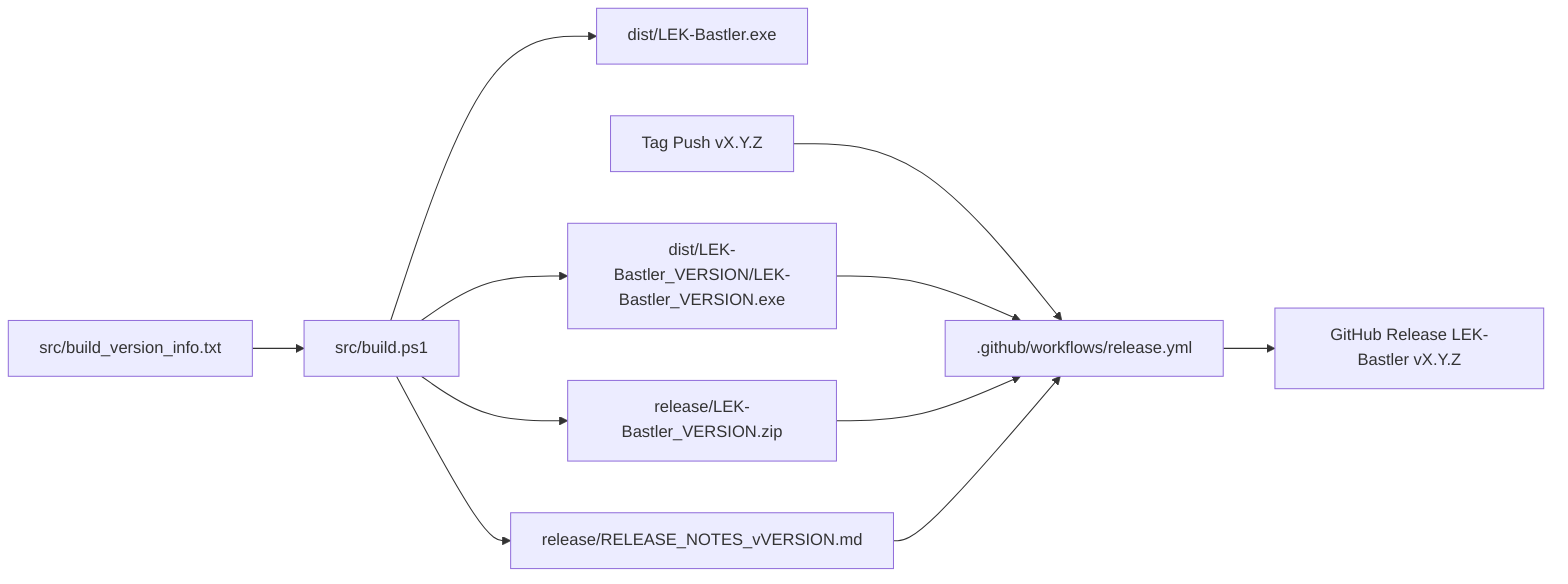
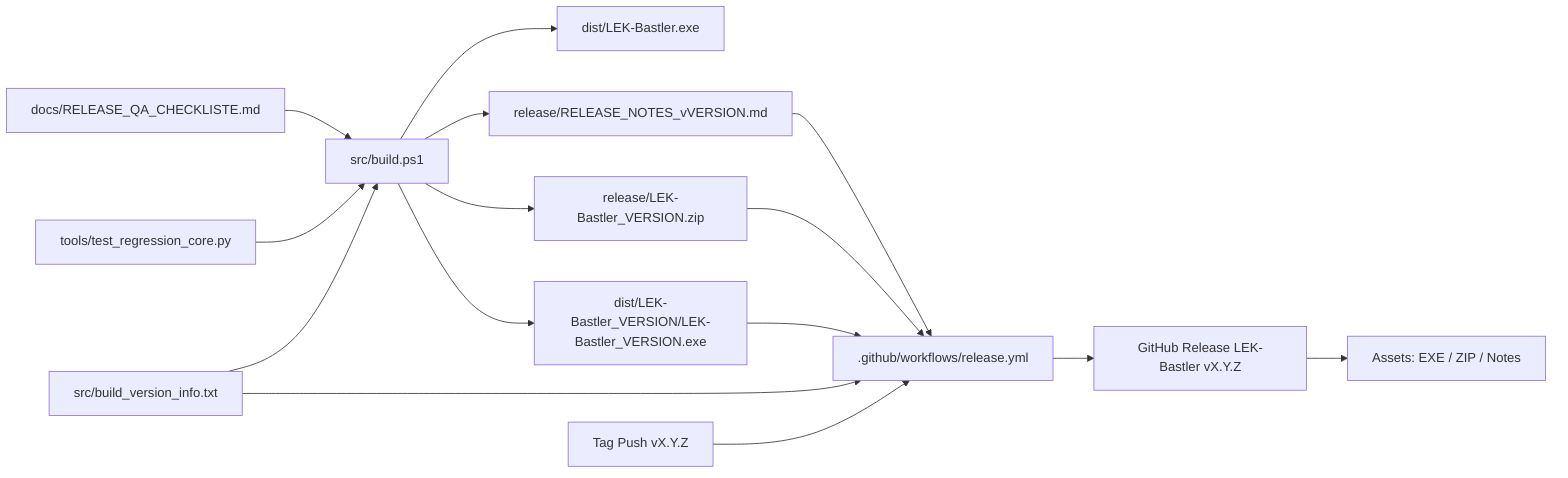
flowchart LR
    A[src/build_version_info.txt] --> B[src/build.ps1]
    B --> C[dist/LEK-Bastler.exe]
    B --> D[dist/LEK-Bastler_VERSION/LEK-Bastler_VERSION.exe]
    B --> E[release/LEK-Bastler_VERSION.zip]
    B --> F[release/RELEASE_NOTES_vVERSION.md]
+ 
+     Q[tools/test_regression_core.py] --> B
+     R[docs/RELEASE_QA_CHECKLISTE.md] --> B
+ 
    G[Tag Push vX.Y.Z] --> H[.github/workflows/release.yml]
+     A --> H
    D --> H
    E --> H
    F --> H
+ 
    H --> I[GitHub Release LEK-Bastler vX.Y.Z]
+     I --> J[Assets: EXE / ZIP / Notes]
